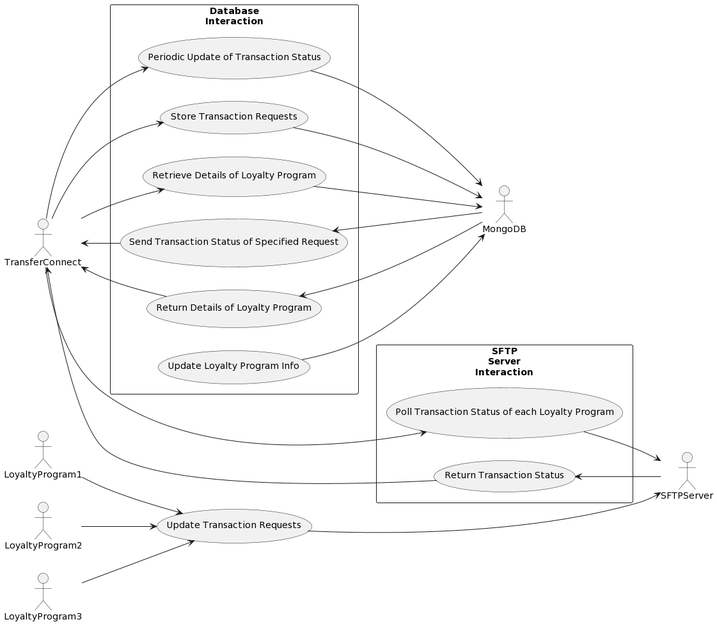
This is diagrams/transfer-connect/TC Use Case Diagram.png from Rye123/esc-transferconnect, a PlantUML export, as it was before one commit.
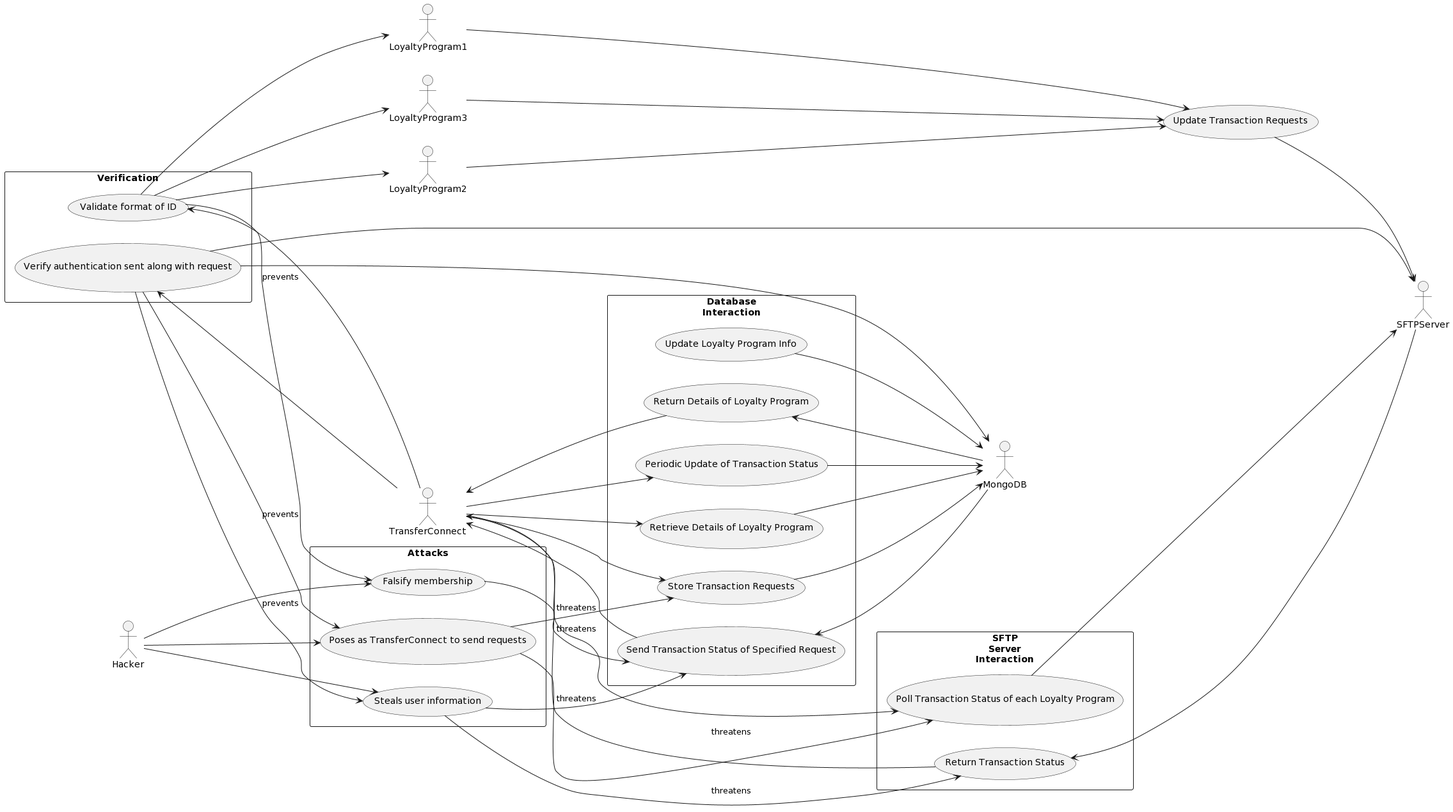
After the change.

What changed in the source:
```diff
@@ -8,8 +8,9 @@
 actor LoyaltyProgram1
 actor LoyaltyProgram2
 actor LoyaltyProgram3
+actor Hacker
 
-rectangle Database\nInteraction {
+package Database\nInteraction {
    TransferConnect --> (Periodic Update of Transaction Status)
    TransferConnect --> (Store Transaction Requests)
    TransferConnect --> (Retrieve Details of Loyalty Program)
@@ -25,7 +26,7 @@
    (Update Loyalty Program Info) --> MongoDB
 }
 
-rectangle SFTP\nServer\nInteraction {
+package SFTP\nServer\nInteraction {
    TransferConnect ---> (Poll Transaction Status of each Loyalty Program)
    (Poll Transaction Status of each Loyalty Program) --> SFTPServer
 
@@ -34,8 +35,35 @@
 
 }
 
-LoyaltyProgram1 --> (Update Transaction Requests)
-LoyaltyProgram2 --> (Update Transaction Requests)
-LoyaltyProgram3 --> (Update Transaction Requests)
+package Verification {
+   TransferConnect -right-> (Validate format of ID)
+   TransferConnect -right-> (Verify authentication sent along with request)
+
+   (Validate format of ID) --> LoyaltyProgram1
+   (Validate format of ID) --> LoyaltyProgram2
+   (Validate format of ID) --> LoyaltyProgram3
+   (Verify authentication sent along with request) --> MongoDB
+   (Verify authentication sent along with request) --> SFTPServer
+}
+
+LoyaltyProgram1 ----> (Update Transaction Requests)
+LoyaltyProgram2 ----> (Update Transaction Requests)
+LoyaltyProgram3 ----> (Update Transaction Requests)
 (Update Transaction Requests) ---> SFTPServer
+
+package Attacks {
+   Hacker --> (Poses as TransferConnect to send requests)
+   Hacker --> (Steals user information)
+   Hacker --> (Falsify membership)
+}
+
+(Poses as TransferConnect to send requests)  --> (Poll Transaction Status of each Loyalty Program) : threatens
+(Poses as TransferConnect to send requests)  --> (Store Transaction Requests) : threatens
+(Steals user information) --> (Send Transaction Status of Specified Request) : threatens
+(Steals user information) --> (Return Transaction Status) : threatens
+(Falsify membership) --> (Send Transaction Status of Specified Request) : threatens
+
+(Verify authentication sent along with request) --> (Poses as TransferConnect to send requests) : prevents
+(Verify authentication sent along with request) --> (Steals user information) : prevents
+(Validate format of ID) --> (Falsify membership) : prevents
 @enduml
```
